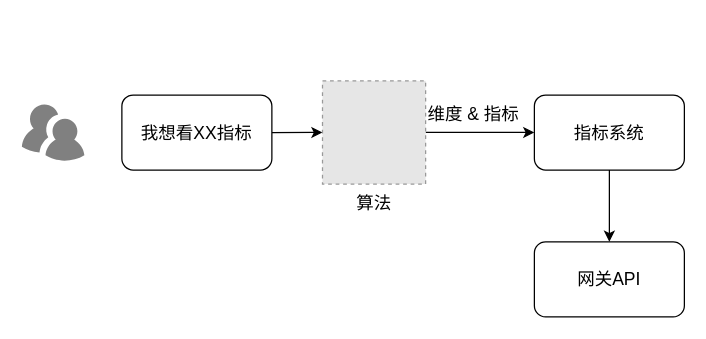
This is mt小V.drawio from mineminemine123/work-wiki, a draw.io file, before an edit. Source tidied: cells renumbered, new cells numbered last; positions are measured from the earlier drawing's top-left corner, leaving out a move shared by most shapes. Both pictures are drawn from the tidied source at 125%, with x=0, y=0 at pixel (21, 80). Pictures stored in the file or linked from it are replaced by grey dashed boxes.
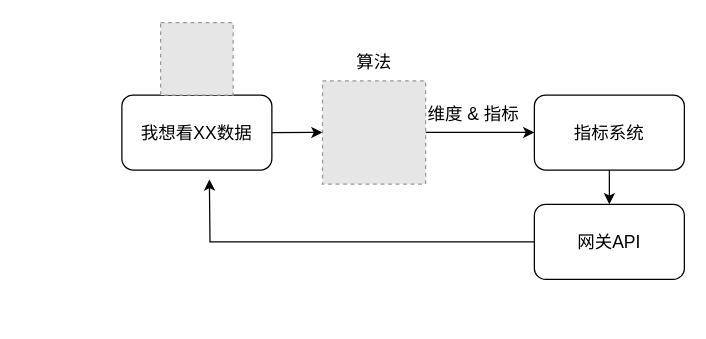
After the change.

The edit, as a diff of the source:
```diff
@@
 <mxGraphModel>
   <root>
     <mxCell id="0" />
     <mxCell id="1" parent="0" />
-    <mxCell id="2" style="verticalLabelPosition=bottom;sketch=0;html=1;fillColor=#808080;strokeColor=none;verticalAlign=top;align=center;shape=mxgraph.cisco_safe.people_places_things_icons.icon9;fontSize=14;" parent="1" vertex="1">
-      <mxGeometry y="19" width="50" height="45" as="geometry" />
-    </mxCell>
     <mxCell id="3" style="edgeStyle=orthogonalEdgeStyle;rounded=0;jettySize=auto;html=1;exitX=1;exitY=0.5;exitDx=0;exitDy=0;entryX=0;entryY=0.5;entryDx=0;entryDy=0;strokeColor=#000000;strokeWidth=1;fontSize=14;fontColor=default;endArrow=classic;endFill=1;fillColor=#D79B00;" parent="1" edge="1" source="4" target="6">
       <mxGeometry relative="1" as="geometry" />
     </mxCell>
-    <mxCell id="4" value="我想看XX指标" style="rounded=1;whiteSpace=wrap;html=1;strokeColor=default;fontSize=14;fillColor=default;" parent="1" vertex="1">
+    <mxCell id="4" value="我想看XX数据" style="rounded=1;whiteSpace=wrap;html=1;strokeColor=default;fontSize=14;fillColor=default;" parent="1" vertex="1">
       <mxGeometry x="80" y="11.5" width="120" height="60" as="geometry" />
     </mxCell>
     <mxCell id="5" style="edgeStyle=orthogonalEdgeStyle;rounded=0;jettySize=auto;html=1;exitX=1;exitY=0.5;exitDx=0;exitDy=0;strokeColor=#000000;strokeWidth=1;fontSize=14;fontColor=default;endArrow=classic;endFill=1;fillColor=#D79B00;" parent="1" edge="1" source="6" target="8">
       <mxGeometry relative="1" as="geometry" />
     </mxCell>
     <mxCell id="6" style="fillColor=#E6E6E6;strokeColor=#999999;dashed=1;verticalLabelPosition=bottom;labelBackgroundColor=#808080;verticalAlign=top;fontColor=default;" parent="1" vertex="1">
       <mxGeometry x="240.5" y="0.2" width="82.5" height="82.5" as="geometry" />
     </mxCell>
     <mxCell id="7" style="edgeStyle=orthogonalEdgeStyle;rounded=0;jettySize=auto;html=1;exitX=0.5;exitY=1;exitDx=0;exitDy=0;entryX=0.5;entryY=0;entryDx=0;entryDy=0;strokeColor=#000000;strokeWidth=1;fontSize=14;fontColor=default;endArrow=classic;endFill=1;fillColor=#D79B00;" parent="1" edge="1" source="8" target="9">
       <mxGeometry relative="1" as="geometry" />
     </mxCell>
     <mxCell id="8" value="指标系统" style="rounded=1;whiteSpace=wrap;html=1;strokeColor=default;fontSize=14;fillColor=default;" parent="1" vertex="1">
       <mxGeometry x="410" y="11.5" width="120" height="60" as="geometry" />
     </mxCell>
+    <mxCell id="12" style="edgeStyle=orthogonalEdgeStyle;rounded=0;jettySize=auto;html=1;fontSize=12;" parent="1" edge="1" source="9">
+      <mxGeometry relative="1" as="geometry">
+        <mxPoint x="150" y="79" as="targetPoint" />
+      </mxGeometry>
+    </mxCell>
     <mxCell id="9" value="网关API" style="rounded=1;whiteSpace=wrap;html=1;strokeColor=default;fontSize=14;fillColor=default;" parent="1" vertex="1">
-      <mxGeometry x="410" y="129" width="120" height="60" as="geometry" />
+      <mxGeometry x="410" y="99" width="120" height="60" as="geometry" />
     </mxCell>
     <mxCell id="10" value="维度 &amp;amp; 指标" style="text;html=1;strokeColor=none;fillColor=none;align=center;verticalAlign=middle;whiteSpace=wrap;rounded=0;fontSize=14;fontColor=default;" parent="1" vertex="1">
       <mxGeometry x="323" y="11.5" width="77" height="30" as="geometry" />
     </mxCell>
     <mxCell id="11" value="算法" style="text;html=1;strokeColor=none;fillColor=none;align=center;verticalAlign=middle;whiteSpace=wrap;rounded=0;fontSize=14;fontColor=default;" parent="1" vertex="1">
-      <mxGeometry x="252" y="83" width="60" height="30" as="geometry" />
+      <mxGeometry x="251.8" y="-29.8" width="60" height="30" as="geometry" />
     </mxCell>
+    <mxCell id="13" style="fillColor=#E6E6E6;strokeColor=#999999;dashed=1;html=1;verticalAlign=top;verticalLabelPosition=bottom;labelBackgroundColor=#ffffff;fontSize=12;" parent="1" vertex="1">
+      <mxGeometry x="111" y="-46.5" width="58" height="58" as="geometry" />
+    </mxCell>
   </root>
 </mxGraphModel>
```
